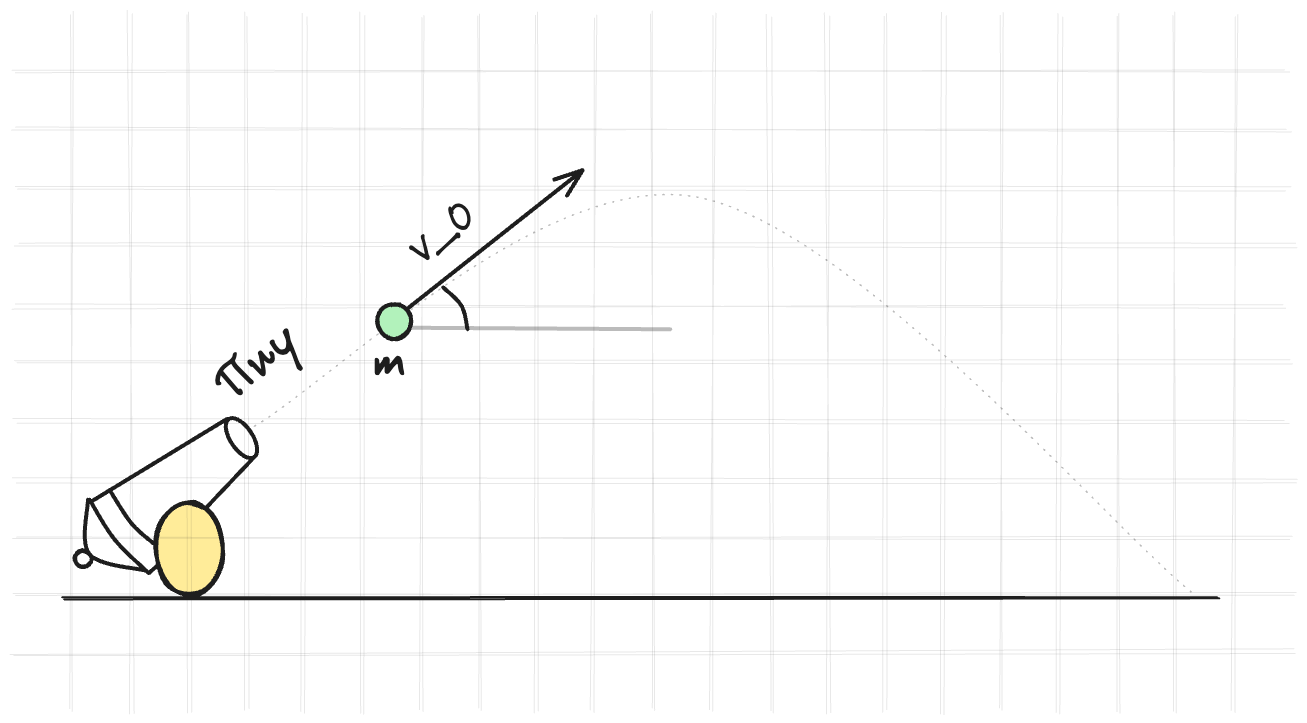
kozakromch/game_physics keeps this Excalidraw diagram as assets/pictures/numerical_method/canon.excalidraw.png. Above is the earlier version. Source tidied: one line per element, renumbered; positions are measured from the earlier drawing's top-left corner, leaving out a move shared by most shapes. The source it was exported from:
```json
{"id": 0, "type": "line", "strokeColor": "#1e1e1e", "strokeWidth": 2, "roughness": 1, "round": true, "x": 338, "y": 525, "width": 1155, "height": 0, "points": [[0, 0], [1155, 0]]}
{"id": 1, "type": "line", "strokeColor": "#1e1e1e", "strokeWidth": 4, "roughness": 0, "round": true, "x": 503, "y": 346, "width": 137, "height": 83, "points": [[0, 0], [-137, 83]]}
{"id": 2, "type": "line", "strokeColor": "#1e1e1e", "strokeWidth": 4, "roughness": 0, "round": true, "x": 363, "y": 427, "width": 58, "height": 71, "points": [[0, 0], [1, 55], [58, 71]]}
{"id": 3, "type": "ellipse", "strokeColor": "#1e1e1e", "angle": 0.98, "strokeWidth": 4, "roughness": 0, "round": true, "x": 494, "y": 354, "width": 46, "height": 22}
{"id": 4, "type": "line", "strokeColor": "#1e1e1e", "strokeWidth": 4, "roughness": 0, "round": true, "x": 530, "y": 384, "width": 49, "height": 51, "points": [[0, 0], [-49, 51]]}
{"id": 5, "type": "ellipse", "strokeColor": "#1e1e1e", "strokeWidth": 4, "roughness": 1, "round": true, "x": 350, "y": 478, "width": 16, "height": 17}
{"id": 6, "type": "line", "strokeColor": "#1e1e1e", "strokeWidth": 4, "roughness": 0, "round": true, "x": 429, "y": 471, "width": 44, "height": 53, "points": [[0, 0], [-22, -20], [-44, -53]]}
{"id": 7, "type": "line", "strokeColor": "#1e1e1e", "strokeWidth": 4, "roughness": 0, "round": true, "x": 365, "y": 427, "width": 59, "height": 73, "points": [[0, 0], [25, 40], [59, 73]]}
{"id": 8, "type": "ellipse", "strokeColor": "#1e1e1e", "backgroundColor": "#ffec99", "fillStyle": "solid", "strokeWidth": 4, "roughness": 1, "round": true, "x": 431, "y": 430, "width": 68, "height": 93}
{"id": 9, "type": "line", "strokeColor": "#1e1e1e", "strokeWidth": 4, "roughness": 0, "round": true, "x": 424, "y": 500, "width": 8, "height": 7, "points": [[0, 0], [8, -7]]}
{"id": 10, "type": "line", "strokeColor": "#1e1e1e", "strokeWidth": 1, "strokeStyle": "dotted", "roughness": 2, "opacity": 30, "round": true, "x": 523, "y": 359, "width": 944, "height": 392, "points": [[0, 0], [448, -233], [944, 159]]}
{"id": 11, "type": "arrow", "strokeColor": "#1e1e1e", "strokeWidth": 4, "roughness": 0, "endArrowhead": "arrow", "from": 48, "x": 668, "y": 248, "width": 190, "height": 150, "points": [[0, 0], [190, -150]]}
{"id": 12, "type": "line", "strokeColor": "#1e1e1e", "strokeWidth": 4, "roughness": 0, "opacity": 30, "x": 677, "y": 255, "width": 268, "height": 2, "points": [[0, 0], [268, 2]]}
{"id": 13, "type": "line", "strokeColor": "#1e1e1e", "strokeWidth": 4, "roughness": 0, "round": true, "x": 743, "y": 256, "width": 24, "height": 42, "points": [[0, 0], [-6, -23], [-24, -42]]}
{"id": 14, "type": "line", "strokeColor": "#1e1e1e", "strokeWidth": 1, "roughness": 2, "opacity": 10, "round": true, "x": 290, "y": 0, "width": 1272, "height": 0, "points": [[0, 0], [1272, 0]]}
{"id": 15, "type": "line", "strokeColor": "#1e1e1e", "strokeWidth": 1, "roughness": 2, "opacity": 10, "round": true, "x": 290, "y": 349, "width": 1272, "height": 0, "points": [[0, 0], [1272, 0]]}
{"id": 16, "type": "line", "strokeColor": "#1e1e1e", "strokeWidth": 1, "roughness": 2, "opacity": 10, "round": true, "x": 290, "y": 58, "width": 1275, "height": 0, "points": [[0, 0], [1275, 0]]}
{"id": 17, "type": "line", "strokeColor": "#1e1e1e", "strokeWidth": 1, "roughness": 2, "opacity": 10, "round": true, "x": 290, "y": 407, "width": 1280, "height": 0, "points": [[0, 0], [1280, 0]]}
{"id": 18, "type": "line", "strokeColor": "#1e1e1e", "strokeWidth": 1, "roughness": 2, "opacity": 10, "round": true, "x": 290, "y": 117, "width": 1273, "height": 0, "points": [[0, 0], [1273, 0]]}
{"id": 19, "type": "line", "strokeColor": "#1e1e1e", "strokeWidth": 1, "roughness": 2, "opacity": 10, "round": true, "x": 290, "y": 464, "width": 1278, "height": 0, "points": [[0, 0], [1278, 0]]}
{"id": 20, "type": "line", "strokeColor": "#1e1e1e", "strokeWidth": 1, "roughness": 2, "opacity": 10, "round": true, "x": 290, "y": 174, "width": 1280, "height": 0, "points": [[0, 0], [1280, 0]]}
{"id": 21, "type": "line", "strokeColor": "#1e1e1e", "strokeWidth": 1, "roughness": 2, "opacity": 10, "round": true, "x": 289, "y": 522, "width": 1282, "height": 0, "points": [[0, 0], [1282, 0]]}
{"id": 22, "type": "line", "strokeColor": "#1e1e1e", "strokeWidth": 1, "roughness": 2, "opacity": 10, "round": true, "x": 290, "y": 233, "width": 1271, "height": 0, "points": [[0, 0], [1271, 0]]}
{"id": 23, "type": "line", "strokeColor": "#1e1e1e", "strokeWidth": 1, "roughness": 2, "opacity": 10, "round": true, "x": 290, "y": 580, "width": 1279, "height": 0, "points": [[0, 0], [1279, 0]]}
{"id": 24, "type": "line", "strokeColor": "#1e1e1e", "strokeWidth": 1, "roughness": 2, "opacity": 10, "round": true, "x": 291, "y": 290, "width": 1277, "height": 0, "points": [[0, 0], [1277, 0]]}
{"id": 25, "type": "line", "strokeColor": "#1e1e1e", "angle": 1.57, "strokeWidth": 1, "roughness": 2, "opacity": 10, "round": true, "x": 581, "y": 288, "width": 696, "height": 0, "points": [[0, 0], [696, 0]]}
{"id": 26, "type": "line", "strokeColor": "#1e1e1e", "angle": 1.57, "strokeWidth": 1, "roughness": 2, "opacity": 10, "round": true, "x": 233, "y": 290, "width": 696, "height": 0, "points": [[0, 0], [696, 0]]}
{"id": 27, "type": "line", "strokeColor": "#1e1e1e", "angle": 1.57, "strokeWidth": 1, "roughness": 2, "opacity": 10, "round": true, "x": 523, "y": 290, "width": 697, "height": 0, "points": [[0, 0], [697, 0]]}
{"id": 28, "type": "line", "strokeColor": "#1e1e1e", "angle": 1.57, "strokeWidth": 1, "roughness": 2, "opacity": 10, "round": true, "x": 174, "y": 290, "width": 697, "height": 0, "points": [[0, 0], [697, 0]]}
{"id": 29, "type": "line", "strokeColor": "#1e1e1e", "angle": 1.57, "strokeWidth": 1, "roughness": 2, "opacity": 10, "round": true, "x": 465, "y": 290, "width": 697, "height": 0, "points": [[0, 0], [697, 0]]}
{"id": 30, "type": "line", "strokeColor": "#1e1e1e", "angle": 1.57, "strokeWidth": 1, "roughness": 2, "opacity": 10, "round": true, "x": 116, "y": 290, "width": 697, "height": 0, "points": [[0, 0], [697, 0]]}
{"id": 31, "type": "line", "strokeColor": "#1e1e1e", "angle": 1.57, "strokeWidth": 1, "roughness": 2, "opacity": 10, "round": true, "x": 406, "y": 290, "width": 697, "height": 0, "points": [[0, 0], [697, 0]]}
{"id": 32, "type": "line", "strokeColor": "#1e1e1e", "angle": 1.57, "strokeWidth": 1, "roughness": 2, "opacity": 10, "round": true, "x": 58, "y": 290, "width": 697, "height": 0, "points": [[0, 0], [697, 0]]}
{"id": 33, "type": "line", "strokeColor": "#1e1e1e", "angle": 1.57, "strokeWidth": 1, "roughness": 2, "opacity": 10, "round": true, "x": 349, "y": 290, "width": 697, "height": 0, "points": [[0, 0], [697, 0]]}
{"id": 34, "type": "line", "strokeColor": "#1e1e1e", "angle": 1.57, "strokeWidth": 1, "roughness": 2, "opacity": 10, "round": true, "x": 0, "y": 290, "width": 697, "height": 0, "points": [[0, 0], [697, 0]]}
{"id": 35, "type": "line", "strokeColor": "#1e1e1e", "angle": 1.57, "strokeWidth": 1, "roughness": 2, "opacity": 10, "round": true, "x": 290, "y": 290, "width": 696, "height": 0, "points": [[0, 0], [696, 0]]}
{"id": 36, "type": "line", "strokeColor": "#1e1e1e", "angle": 1.57, "strokeWidth": 1, "roughness": 2, "opacity": 10, "round": true, "x": 639, "y": 290, "width": 697, "height": 0, "points": [[0, 0], [697, 0]]}
{"id": 37, "type": "line", "strokeColor": "#1e1e1e", "angle": 1.57, "strokeWidth": 1, "roughness": 2, "opacity": 10, "round": true, "x": 929, "y": 290, "width": 696, "height": 0, "points": [[0, 0], [696, 0]]}
{"id": 38, "type": "line", "strokeColor": "#1e1e1e", "angle": 1.57, "strokeWidth": 1, "roughness": 2, "opacity": 10, "round": true, "x": 871, "y": 290, "width": 697, "height": 0, "points": [[0, 0], [697, 0]]}
{"id": 39, "type": "line", "strokeColor": "#1e1e1e", "angle": 1.57, "strokeWidth": 1, "roughness": 2, "opacity": 10, "round": true, "x": 1161, "y": 290, "width": 697, "height": 0, "points": [[0, 0], [697, 0]]}
{"id": 40, "type": "line", "strokeColor": "#1e1e1e", "angle": 1.57, "strokeWidth": 1, "roughness": 2, "opacity": 10, "round": true, "x": 813, "y": 291, "width": 697, "height": 0, "points": [[0, 0], [697, 0]]}
{"id": 41, "type": "line", "strokeColor": "#1e1e1e", "angle": 1.57, "strokeWidth": 1, "roughness": 2, "opacity": 10, "round": true, "x": 1103, "y": 290, "width": 697, "height": 0, "points": [[0, 0], [697, 0]]}
{"id": 42, "type": "line", "strokeColor": "#1e1e1e", "angle": 1.57, "strokeWidth": 1, "roughness": 2, "opacity": 10, "round": true, "x": 755, "y": 290, "width": 697, "height": 0, "points": [[0, 0], [697, 0]]}
{"id": 43, "type": "line", "strokeColor": "#1e1e1e", "angle": 1.57, "strokeWidth": 1, "roughness": 2, "opacity": 10, "round": true, "x": 1045, "y": 291, "width": 697, "height": 0, "points": [[0, 0], [697, 0]]}
{"id": 44, "type": "line", "strokeColor": "#1e1e1e", "angle": 1.57, "strokeWidth": 1, "roughness": 2, "opacity": 10, "round": true, "x": 697, "y": 290, "width": 697, "height": 0, "points": [[0, 0], [697, 0]]}
{"id": 45, "type": "line", "strokeColor": "#1e1e1e", "angle": 1.57, "strokeWidth": 1, "roughness": 2, "opacity": 10, "round": true, "x": 987, "y": 290, "width": 696, "height": 0, "points": [[0, 0], [696, 0]]}
{"id": 46, "type": "text", "text": "Пиy", "strokeColor": "#1e1e1e", "angle": 5.57, "strokeWidth": 2, "roughness": 1, "fontSize": 50.73, "fontFamily": 1, "x": 486, "y": 259, "width": 91, "height": 63}
{"id": 47, "type": "ellipse", "strokeColor": "#1e1e1e", "backgroundColor": "#b2f2bb", "fillStyle": "solid", "strokeWidth": 4, "roughness": 1, "round": true, "x": 653, "y": 231, "width": 34, "height": 35}
{"id": 48, "type": "text", "text": "m", "strokeColor": "#1e1e1e", "strokeWidth": 2, "roughness": 1, "fontSize": 51.95, "fontFamily": 1, "x": 648, "y": 256, "width": 33, "height": 65}
{"id": 49, "type": "text", "text": "V_0", "strokeColor": "#1e1e1e", "angle": 5.61, "strokeWidth": 2, "roughness": 1, "fontSize": 36, "fontFamily": 1, "x": 683, "y": 139, "width": 73, "height": 45}
```
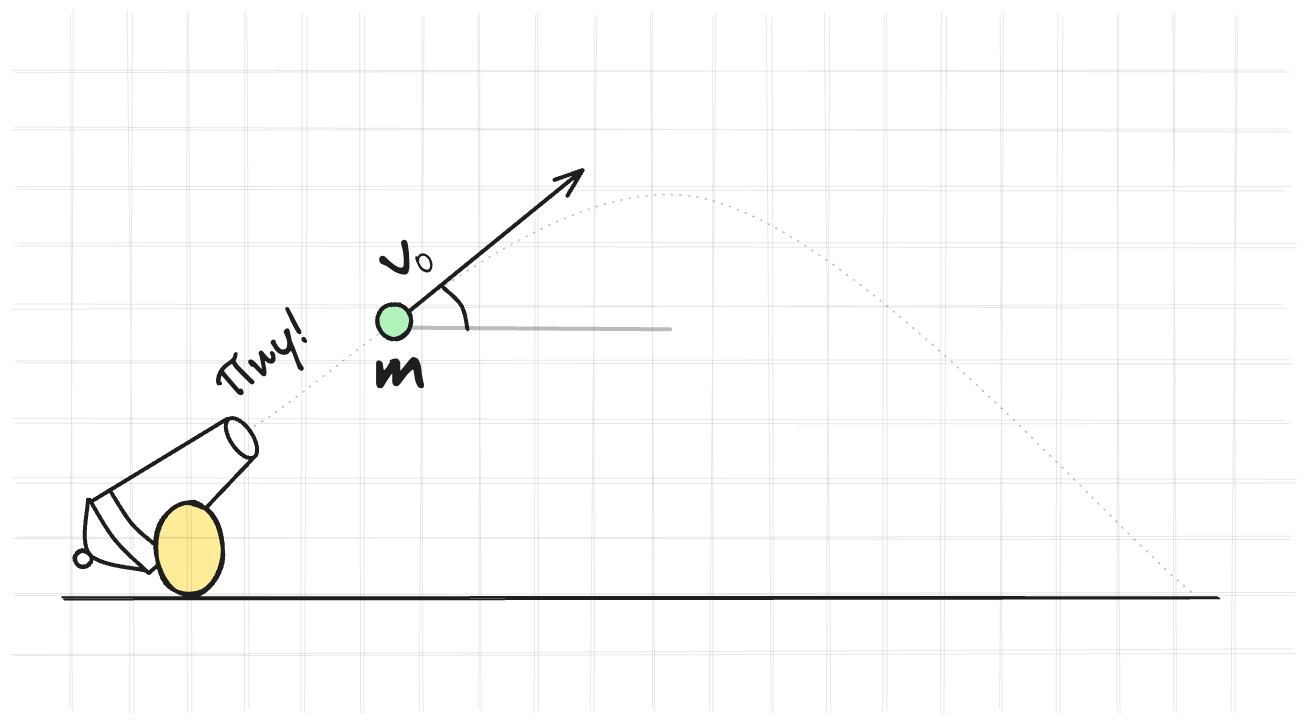
Later version of the same file.

Change to the diagram source:
```diff
@@ -9,7 +9,7 @@
 {"id": 8, "type": "ellipse", "strokeColor": "#1e1e1e", "backgroundColor": "#ffec99", "fillStyle": "solid", "strokeWidth": 4, "roughness": 1, "round": true, "x": 431, "y": 430, "width": 68, "height": 93}
 {"id": 9, "type": "line", "strokeColor": "#1e1e1e", "strokeWidth": 4, "roughness": 0, "round": true, "x": 424, "y": 500, "width": 8, "height": 7, "points": [[0, 0], [8, -7]]}
 {"id": 10, "type": "line", "strokeColor": "#1e1e1e", "strokeWidth": 1, "strokeStyle": "dotted", "roughness": 2, "opacity": 30, "round": true, "x": 523, "y": 359, "width": 944, "height": 392, "points": [[0, 0], [448, -233], [944, 159]]}
-{"id": 11, "type": "arrow", "strokeColor": "#1e1e1e", "strokeWidth": 4, "roughness": 0, "endArrowhead": "arrow", "from": 48, "x": 668, "y": 248, "width": 190, "height": 150, "points": [[0, 0], [190, -150]]}
+{"id": 11, "type": "arrow", "strokeColor": "#1e1e1e", "strokeWidth": 4, "roughness": 0, "endArrowhead": "arrow", "x": 669, "y": 251, "width": 189, "height": 154, "points": [[0, 0], [189, -154]]}
 {"id": 12, "type": "line", "strokeColor": "#1e1e1e", "strokeWidth": 4, "roughness": 0, "opacity": 30, "x": 677, "y": 255, "width": 268, "height": 2, "points": [[0, 0], [268, 2]]}
 {"id": 13, "type": "line", "strokeColor": "#1e1e1e", "strokeWidth": 4, "roughness": 0, "round": true, "x": 743, "y": 256, "width": 24, "height": 42, "points": [[0, 0], [-6, -23], [-24, -42]]}
 {"id": 14, "type": "line", "strokeColor": "#1e1e1e", "strokeWidth": 1, "roughness": 2, "opacity": 10, "round": true, "x": 290, "y": 0, "width": 1272, "height": 0, "points": [[0, 0], [1272, 0]]}
@@ -44,7 +44,8 @@
 {"id": 43, "type": "line", "strokeColor": "#1e1e1e", "angle": 1.57, "strokeWidth": 1, "roughness": 2, "opacity": 10, "round": true, "x": 1045, "y": 291, "width": 697, "height": 0, "points": [[0, 0], [697, 0]]}
 {"id": 44, "type": "line", "strokeColor": "#1e1e1e", "angle": 1.57, "strokeWidth": 1, "roughness": 2, "opacity": 10, "round": true, "x": 697, "y": 290, "width": 697, "height": 0, "points": [[0, 0], [697, 0]]}
 {"id": 45, "type": "line", "strokeColor": "#1e1e1e", "angle": 1.57, "strokeWidth": 1, "roughness": 2, "opacity": 10, "round": true, "x": 987, "y": 290, "width": 696, "height": 0, "points": [[0, 0], [696, 0]]}
-{"id": 46, "type": "text", "text": "Пиy", "strokeColor": "#1e1e1e", "angle": 5.57, "strokeWidth": 2, "roughness": 1, "fontSize": 50.73, "fontFamily": 1, "x": 486, "y": 259, "width": 91, "height": 63}
+{"id": 46, "type": "text", "text": "Пиy!", "strokeColor": "#1e1e1e", "angle": 5.57, "strokeWidth": 2, "roughness": 1, "fontSize": 50.73, "fontFamily": 1, "x": 485, "y": 254, "width": 106, "height": 63}
 {"id": 47, "type": "ellipse", "strokeColor": "#1e1e1e", "backgroundColor": "#b2f2bb", "fillStyle": "solid", "strokeWidth": 4, "roughness": 1, "round": true, "x": 653, "y": 231, "width": 34, "height": 35}
+{"id": 49, "type": "text", "text": "v", "strokeColor": "#1e1e1e", "angle": 5.61, "strokeWidth": 2, "roughness": 1, "fontSize": 64.88, "fontFamily": 1, "x": 657, "y": 147, "width": 34, "height": 81}
+{"id": 50, "type": "text", "text": "0", "strokeColor": "#1e1e1e", "angle": 5.51, "strokeWidth": 2, "roughness": 1, "fontSize": 26.82, "fontFamily": 1, "x": 693, "y": 175, "width": 18, "height": 34}
-{"id": 48, "type": "text", "text": "m", "strokeColor": "#1e1e1e", "strokeWidth": 2, "roughness": 1, "fontSize": 51.95, "fontFamily": 1, "x": 648, "y": 256, "width": 33, "height": 65}
+{"id": 48, "type": "text", "text": "m", "strokeColor": "#1e1e1e", "strokeWidth": 2, "roughness": 1, "fontSize": 84.81, "fontFamily": 1, "x": 648, "y": 240, "width": 54, "height": 106}
-{"id": 49, "type": "text", "text": "V_0", "strokeColor": "#1e1e1e", "angle": 5.61, "strokeWidth": 2, "roughness": 1, "fontSize": 36, "fontFamily": 1, "x": 683, "y": 139, "width": 73, "height": 45}
```
